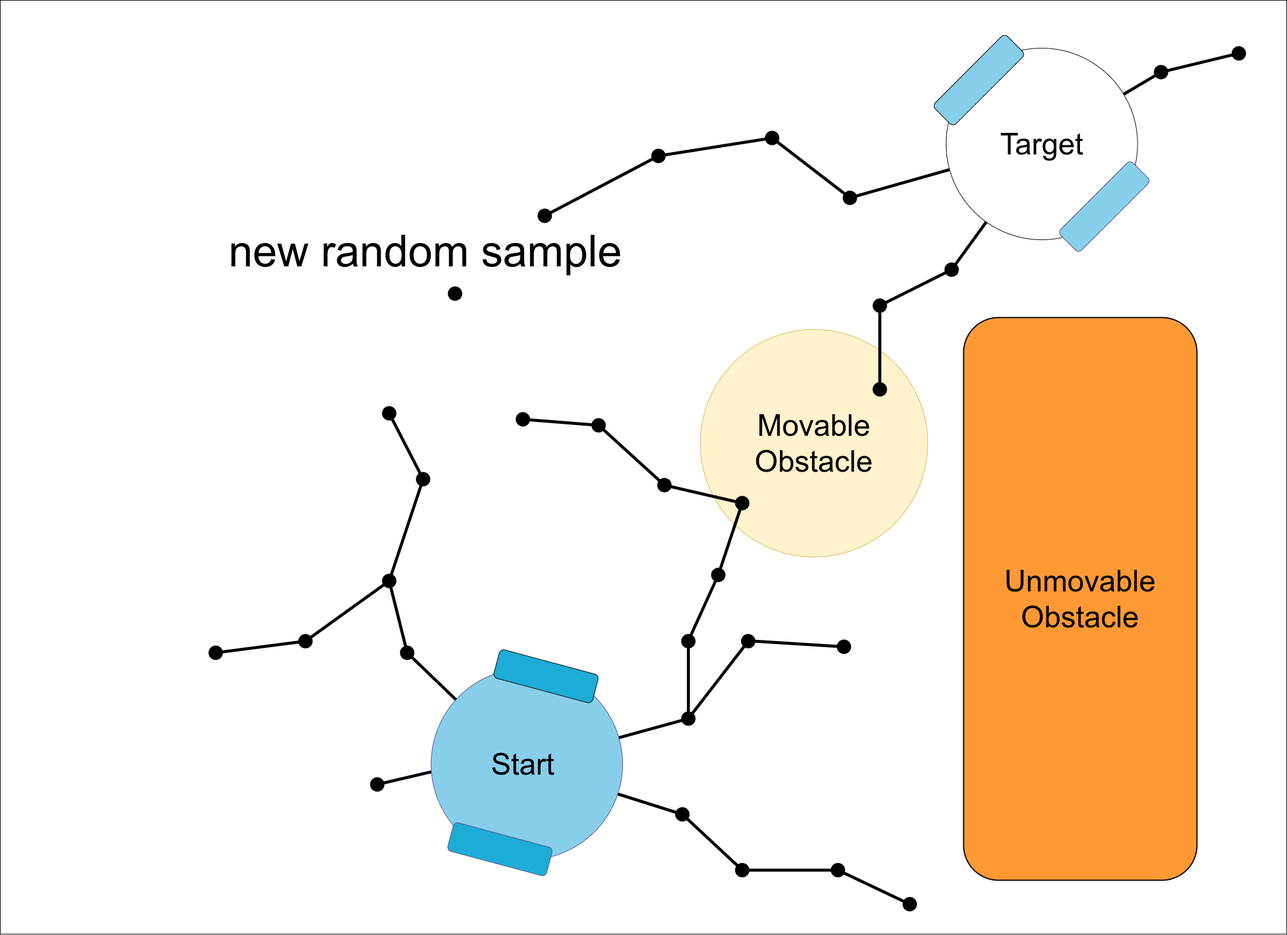
Before: thesis-report/figures/required_background/mp/2mp_new_rand_sample.drawio.png, a diagram exported from draw.io (GijsGroote/thesis). Source tidied: cells renumbered, new cells last; positions are measured from the earlier drawing's top-left corner, leaving out a move shared by most shapes.
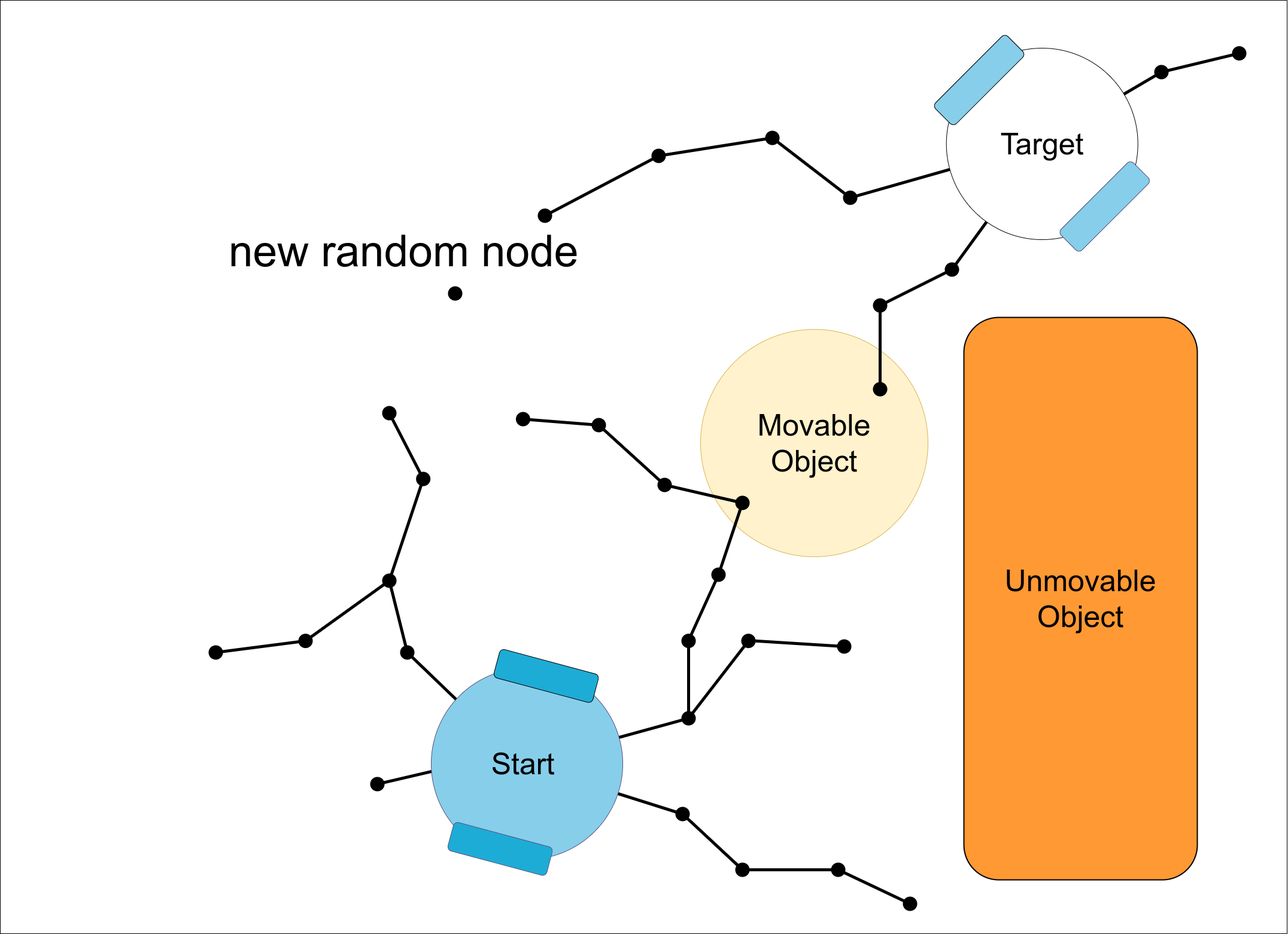
Above is the later version.

What changed in the source:
```diff
@@ -5,7 +5,7 @@
     <mxCell id="2" style="rounded=0;whiteSpace=wrap;html=1;fillColor=none;" parent="1" vertex="1">
       <mxGeometry width="2150" height="1560" as="geometry" />
     </mxCell>
-    <mxCell id="3" value="&lt;div style=&quot;text-align: center;&quot;&gt;&lt;span style=&quot;font-size: 73px;&quot;&gt;new random sample&lt;/span&gt;&lt;/div&gt;" style="text;whiteSpace=wrap;html=1;fontSize=41;" parent="1" vertex="1">
+    <mxCell id="3" value="&lt;div style=&quot;text-align: center;&quot;&gt;&lt;span style=&quot;font-size: 73px;&quot;&gt;new random node&lt;/span&gt;&lt;/div&gt;" style="text;whiteSpace=wrap;html=1;fontSize=41;" parent="1" vertex="1">
       <mxGeometry x="380" y="369.3" width="880" height="70" as="geometry" />
     </mxCell>
     <mxCell id="4" style="endArrow=none;html=1;rounded=0;fontSize=41;strokeWidth=5;startArrow=none;exitX=0.35;exitY=-0.1;exitDx=0;exitDy=0;exitPerimeter=0;" parent="1" edge="1" source="52">
@@ -54,10 +54,10 @@
     <mxCell id="15" value="&lt;font style=&quot;font-size: 50px;&quot;&gt;Start&lt;/font&gt;" style="text;html=1;align=center;verticalAlign=middle;points=[];strokeColor=none;fillColor=none;fontSize=41;" parent="1" vertex="1">
       <mxGeometry x="808.5" y="1241" width="130" height="70" as="geometry" />
     </mxCell>
-    <mxCell id="16" value="&lt;font style=&quot;font-size: 50px;&quot;&gt;Unmovable&lt;br&gt;Obstacle&lt;/font&gt;" style="rounded=1;whiteSpace=wrap;html=1;strokeWidth=2;fillColor=#FF9933;" parent="1" vertex="1">
+    <mxCell id="16" value="&lt;font style=&quot;font-size: 50px;&quot;&gt;Unmovable&lt;br&gt;Object&lt;/font&gt;" style="rounded=1;whiteSpace=wrap;html=1;strokeWidth=2;fillColor=#FF9933;" parent="1" vertex="1">
       <mxGeometry x="1610" y="530" width="390" height="940" as="geometry" />
     </mxCell>
-    <mxCell id="17" value="&lt;font style=&quot;font-size: 50px;&quot;&gt;Movable&lt;br&gt;Obstacle&lt;/font&gt;" style="ellipse;whiteSpace=wrap;html=1;fillColor=#fff2cc;strokeColor=#d6b656;" parent="1" vertex="1">
+    <mxCell id="17" value="&lt;font style=&quot;font-size: 50px;&quot;&gt;Movable&lt;br&gt;Object&lt;/font&gt;" style="ellipse;whiteSpace=wrap;html=1;fillColor=#fff2cc;strokeColor=#d6b656;" parent="1" vertex="1">
       <mxGeometry x="1170" y="550" width="380" height="380" as="geometry" />
     </mxCell>
     <mxCell id="18" style="endArrow=none;html=1;rounded=0;fontSize=41;entryX=0.45;entryY=0.6;entryDx=0;entryDy=0;entryPerimeter=0;strokeWidth=5;" parent="1" edge="1" source="24" target="30">
```
